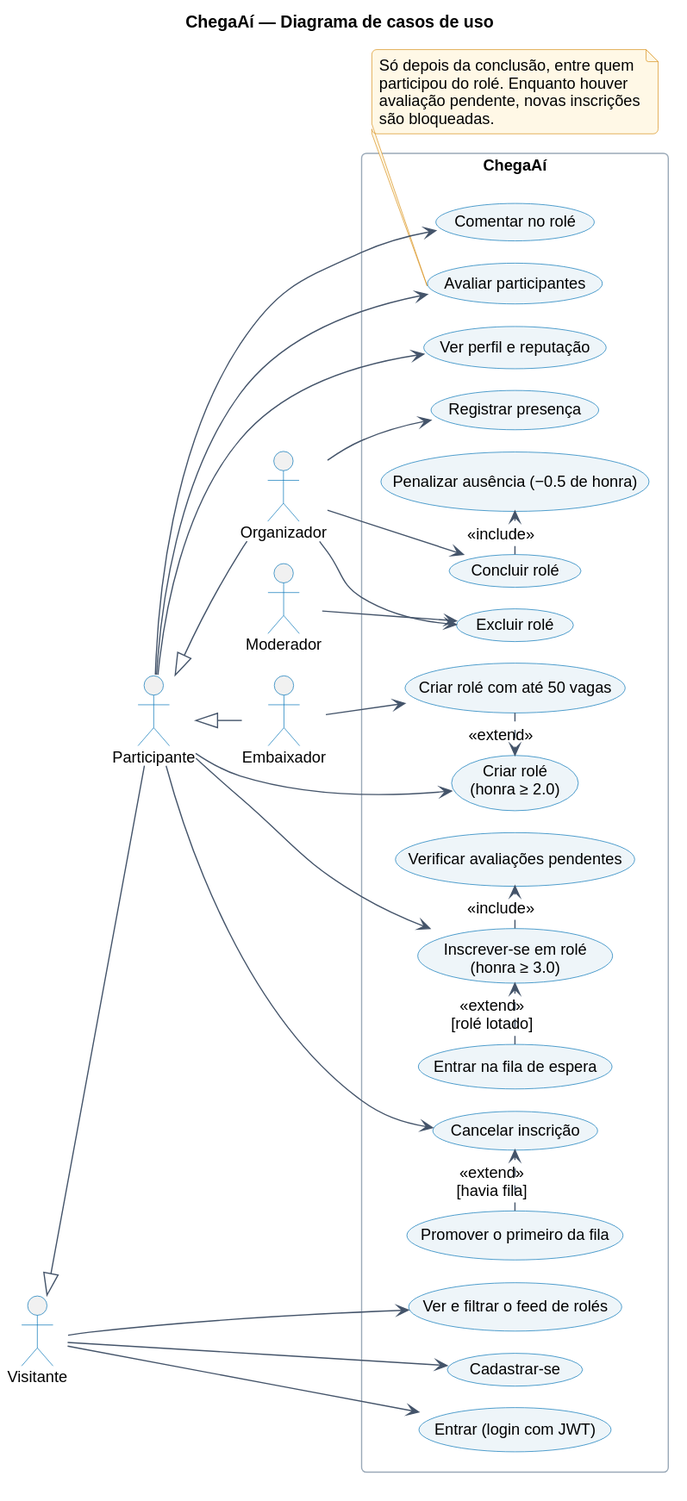
Earlier version of the PlantUML export docs/uml/casos-de-uso.svg (PedroBartkevihi/ChegaAi).
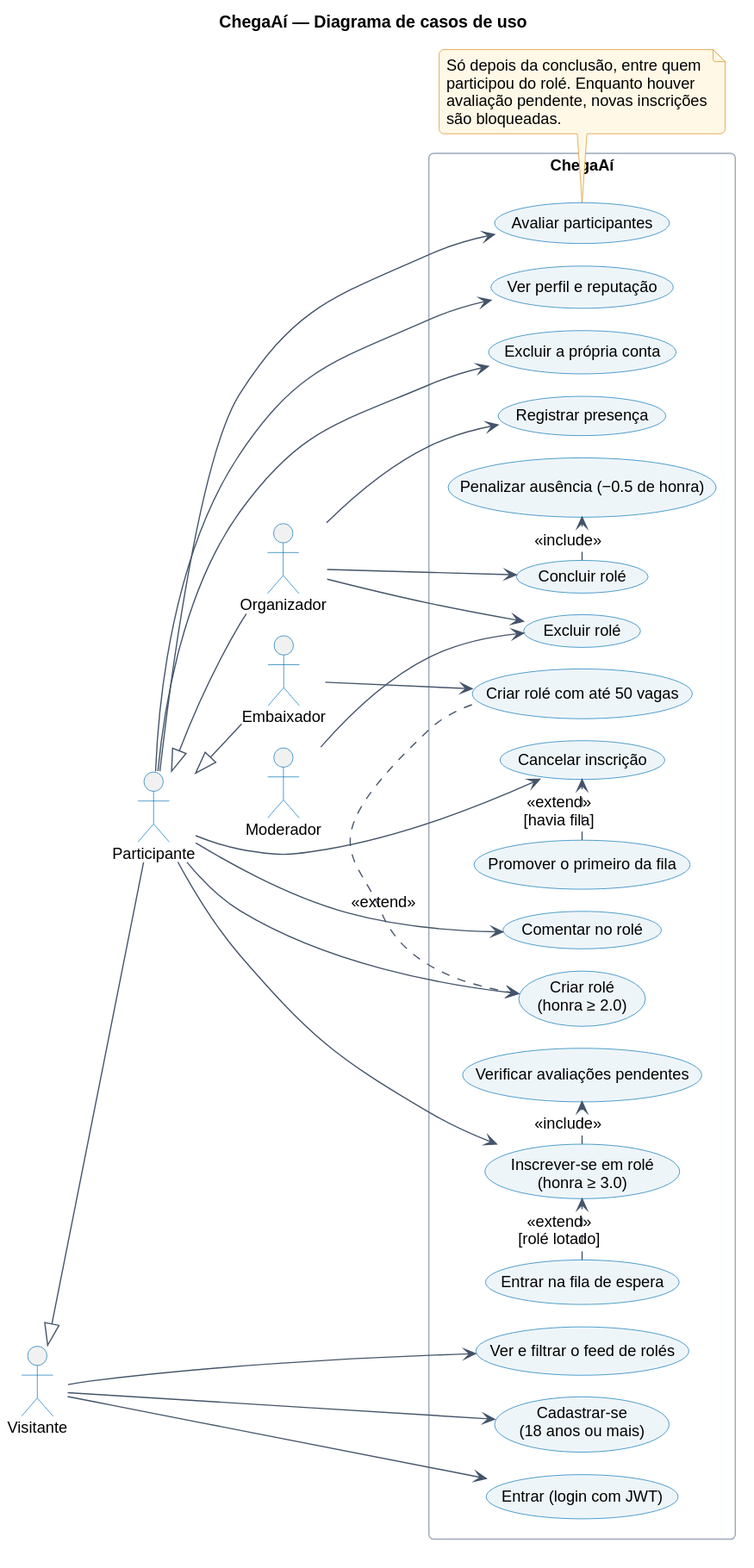
After the change.

What changed in the source:
```diff
@@ -15,7 +15,7 @@
 
 rectangle "ChegaAí" {
   usecase "Ver e filtrar o feed de rolés" as UC_Feed
-  usecase "Cadastrar-se" as UC_Cadastro
+  usecase "Cadastrar-se\n(18 anos ou mais)" as UC_Cadastro
   usecase "Entrar (login com JWT)" as UC_Login
 
   usecase "Criar rolé\n(honra ≥ 2.0)" as UC_Criar
@@ -28,6 +28,7 @@
   usecase "Comentar no rolé" as UC_Comentar
   usecase "Avaliar participantes" as UC_Avaliar
   usecase "Ver perfil e reputação" as UC_Perfil
+  usecase "Excluir a própria conta" as UC_ExcluirConta
 
   usecase "Registrar presença" as UC_Presenca
   usecase "Concluir rolé" as UC_Concluir
@@ -45,6 +46,7 @@
 Participante --> UC_Comentar
 Participante --> UC_Avaliar
 Participante --> UC_Perfil
+Participante --> UC_ExcluirConta
 
 Embaixador --> UC_CriarGrande
 UC_CriarGrande .> UC_Criar : <<extend>>
```
